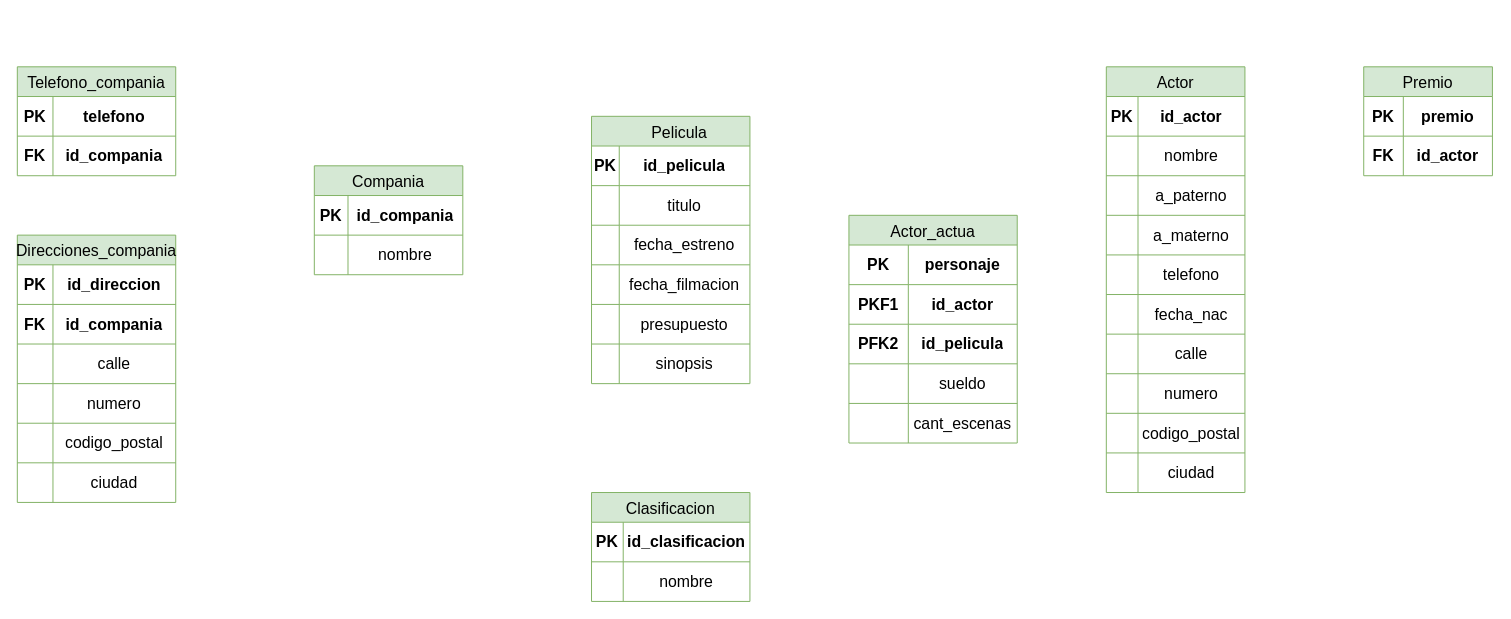
Earlier version of the draw.io diagram Modelo Relacional-logico ejemplo pelis.drawio (misiomishi/itcj). Source tidied: cells renumbered, new cells numbered last; positions are measured from the earlier drawing's top-left corner, leaving out a move shared by most shapes. Both pictures are drawn from the tidied source at 99%, with x=0, y=0 at pixel (17, 66).
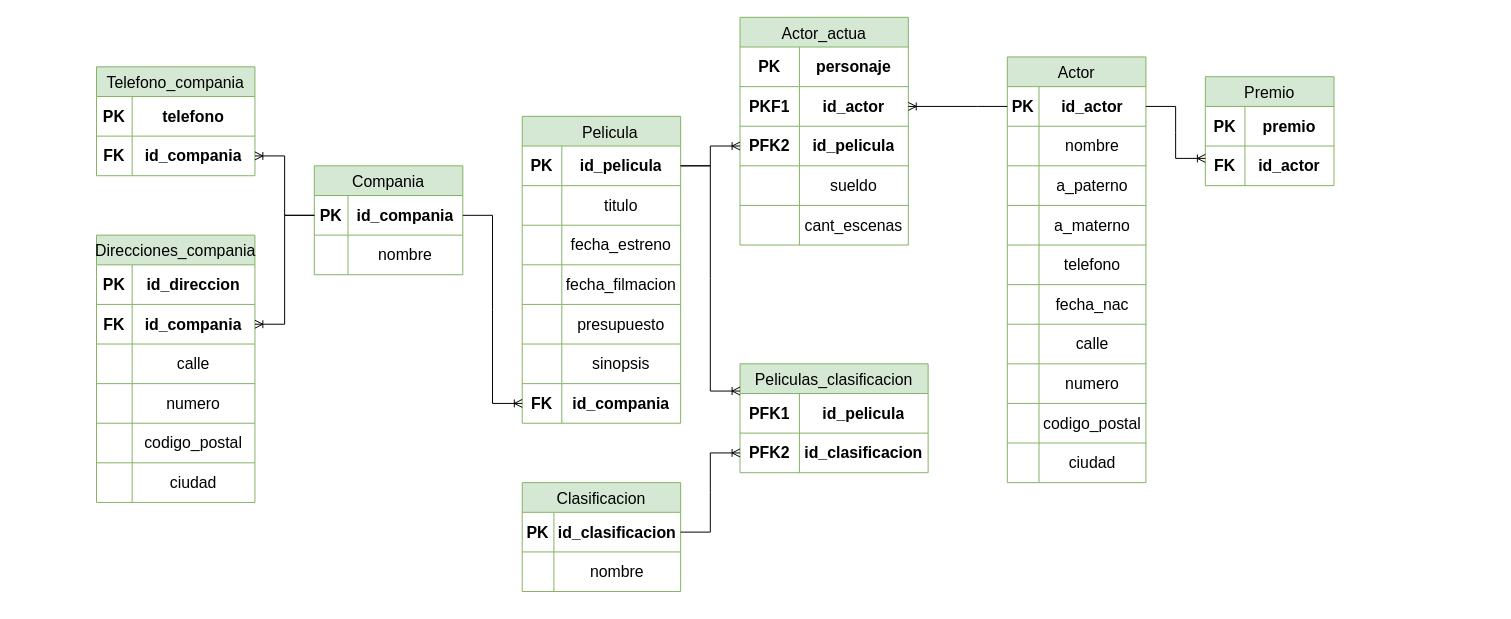
The same diagram, later.

Unchanged cells that the change refers to:
```xml
<mxCell id="3" style="shape=tableRow;horizontal=0;startSize=0;swimlaneHead=0;swimlaneBody=0;strokeColor=inherit;top=0;left=0;bottom=0;right=0;fillColor=none;points=[[0,0.5],[1,0.5]];portConstraint=eastwest;fontSize=16;" parent="2" vertex="1">
  <mxGeometry y="30" width="160" height="40" as="geometry" />
</mxCell>
<mxCell id="6" style="shape=tableRow;horizontal=0;startSize=0;swimlaneHead=0;swimlaneBody=0;strokeColor=inherit;top=0;left=0;bottom=0;right=0;fillColor=none;fontSize=16;" parent="2" vertex="1">
  <mxGeometry y="70" width="160" height="40" as="geometry" />
</mxCell>
<mxCell id="9" style="shape=tableRow;horizontal=0;startSize=0;swimlaneHead=0;swimlaneBody=0;strokeColor=inherit;top=0;left=0;bottom=0;right=0;fillColor=none;fontSize=16;" parent="2" vertex="1">
  <mxGeometry y="110" width="160" height="40" as="geometry" />
</mxCell>
<mxCell id="12" style="shape=tableRow;horizontal=0;startSize=0;swimlaneHead=0;swimlaneBody=0;strokeColor=inherit;top=0;left=0;bottom=0;right=0;fillColor=none;fontSize=16;" parent="2" vertex="1">
  <mxGeometry y="150" width="160" height="40" as="geometry" />
</mxCell>
<mxCell id="15" style="shape=tableRow;horizontal=0;startSize=0;swimlaneHead=0;swimlaneBody=0;strokeColor=inherit;top=0;left=0;bottom=0;right=0;fillColor=none;fontSize=16;" parent="2" vertex="1">
  <mxGeometry y="190" width="160" height="40" as="geometry" />
</mxCell>
<mxCell id="18" style="shape=tableRow;horizontal=0;startSize=0;swimlaneHead=0;swimlaneBody=0;strokeColor=inherit;top=0;left=0;bottom=0;right=0;fillColor=none;fontSize=16;" parent="2" vertex="1">
  <mxGeometry y="230" width="160" height="40" as="geometry" />
</mxCell>
<mxCell id="22" style="shape=tableRow;horizontal=0;startSize=0;swimlaneHead=0;swimlaneBody=0;strokeColor=inherit;top=0;left=0;bottom=0;right=0;fillColor=none;points=[[0,0.5],[1,0.5]];portConstraint=eastwest;fontSize=16;" parent="21" vertex="1">
  <mxGeometry y="30" width="150" height="40" as="geometry" />
</mxCell>
<mxCell id="32" style="shape=tableRow;horizontal=0;startSize=0;swimlaneHead=0;swimlaneBody=0;strokeColor=inherit;top=0;left=0;bottom=0;right=0;fillColor=none;points=[[0,0.5],[1,0.5]];portConstraint=eastwest;fontSize=16;" parent="28" vertex="1">
  <mxGeometry y="70" width="160" height="40" as="geometry" />
</mxCell>
<mxCell id="51" style="shape=tableRow;horizontal=0;startSize=0;swimlaneHead=0;swimlaneBody=0;strokeColor=inherit;top=0;left=0;bottom=0;right=0;fillColor=none;points=[[0,0.5],[1,0.5]];portConstraint=eastwest;fontSize=16;" parent="47" vertex="1">
  <mxGeometry y="70" width="160" height="40" as="geometry" />
</mxCell>
<mxCell id="55" style="shape=tableRow;horizontal=0;startSize=0;swimlaneHead=0;swimlaneBody=0;strokeColor=inherit;top=0;left=0;bottom=0;right=0;fillColor=none;points=[[0,0.5],[1,0.5]];portConstraint=eastwest;fontSize=16;" parent="54" vertex="1">
  <mxGeometry y="30" width="160" height="40" as="geometry" />
</mxCell>
<mxCell id="62" style="shape=tableRow;horizontal=0;startSize=0;swimlaneHead=0;swimlaneBody=0;strokeColor=inherit;top=0;left=0;bottom=0;right=0;fillColor=none;points=[[0,0.5],[1,0.5]];portConstraint=eastwest;fontSize=16;" parent="61" vertex="1">
  <mxGeometry y="30" width="140" height="40" as="geometry" />
</mxCell>
<mxCell id="103" style="shape=tableRow;horizontal=0;startSize=0;swimlaneHead=0;swimlaneBody=0;strokeColor=inherit;top=0;left=0;bottom=0;right=0;fillColor=none;points=[[0,0.5],[1,0.5]];portConstraint=eastwest;fontSize=16;" parent="99" vertex="1">
  <mxGeometry y="70" width="170" height="40" as="geometry" />
</mxCell>
<mxCell id="106" style="shape=tableRow;horizontal=0;startSize=0;swimlaneHead=0;swimlaneBody=0;strokeColor=inherit;top=0;left=0;bottom=0;right=0;fillColor=none;points=[[0,0.5],[1,0.5]];portConstraint=eastwest;fontSize=16;" parent="99" vertex="1">
  <mxGeometry y="110" width="170" height="40" as="geometry" />
</mxCell>
```

The edit, as a diff of the source:
```diff
@@
     <mxCell id="2" value="    Pelicula" style="shape=table;startSize=30;childLayout=tableLayout;strokeColor=#82b366;fontSize=16;fillColor=#d5e8d4;" parent="1" vertex="1">
-      <mxGeometry x="580" y="50" width="160" height="270" as="geometry" />
+      <mxGeometry x="510" y="50" width="160" height="310" as="geometry" />
     </mxCell>
@@
     <mxCell id="4" value="PK" style="shape=partialRectangle;html=1;whiteSpace=wrap;strokeColor=inherit;overflow=hidden;fillColor=none;top=0;left=0;bottom=0;right=0;fontSize=16;fontStyle=1;" parent="3" vertex="1">
-      <mxGeometry width="28" height="40" as="geometry" />
+      <mxGeometry width="40" height="40" as="geometry" />
     </mxCell>
     <mxCell id="5" value="id_pelicula" style="shape=partialRectangle;html=1;whiteSpace=wrap;strokeColor=inherit;overflow=hidden;fillColor=none;top=0;left=0;bottom=0;right=0;fontSize=16;fontStyle=1;" parent="3" vertex="1">
-      <mxGeometry x="28" width="132" height="40" as="geometry" />
+      <mxGeometry x="40" width="120" height="40" as="geometry" />
     </mxCell>
@@
     <mxCell id="7" style="shape=partialRectangle;html=1;whiteSpace=wrap;strokeColor=inherit;overflow=hidden;fillColor=none;top=0;left=0;bottom=0;right=0;fontSize=16;" parent="6" vertex="1">
-      <mxGeometry width="28" height="40" as="geometry" />
+      <mxGeometry width="40" height="40" as="geometry" />
     </mxCell>
     <mxCell id="8" value="titulo" style="shape=partialRectangle;html=1;whiteSpace=wrap;strokeColor=inherit;overflow=hidden;fillColor=none;top=0;left=0;bottom=0;right=0;fontSize=16;" parent="6" vertex="1">
-      <mxGeometry x="28" width="132" height="40" as="geometry" />
+      <mxGeometry x="40" width="120" height="40" as="geometry" />
     </mxCell>
@@
     <mxCell id="10" style="shape=partialRectangle;html=1;whiteSpace=wrap;strokeColor=inherit;overflow=hidden;fillColor=none;top=0;left=0;bottom=0;right=0;fontSize=16;" parent="9" vertex="1">
-      <mxGeometry width="28" height="40" as="geometry" />
+      <mxGeometry width="40" height="40" as="geometry" />
     </mxCell>
     <mxCell id="11" value="fecha_estreno" style="shape=partialRectangle;html=1;whiteSpace=wrap;strokeColor=inherit;overflow=hidden;fillColor=none;top=0;left=0;bottom=0;right=0;fontSize=16;" parent="9" vertex="1">
-      <mxGeometry x="28" width="132" height="40" as="geometry" />
+      <mxGeometry x="40" width="120" height="40" as="geometry" />
     </mxCell>
@@
     <mxCell id="13" style="shape=partialRectangle;html=1;whiteSpace=wrap;strokeColor=inherit;overflow=hidden;fillColor=none;top=0;left=0;bottom=0;right=0;fontSize=16;" parent="12" vertex="1">
-      <mxGeometry width="28" height="40" as="geometry" />
+      <mxGeometry width="40" height="40" as="geometry" />
     </mxCell>
     <mxCell id="14" value="fecha_filmacion" style="shape=partialRectangle;html=1;whiteSpace=wrap;strokeColor=inherit;overflow=hidden;fillColor=none;top=0;left=0;bottom=0;right=0;fontSize=16;" parent="12" vertex="1">
-      <mxGeometry x="28" width="132" height="40" as="geometry" />
+      <mxGeometry x="40" width="120" height="40" as="geometry" />
     </mxCell>
@@
     <mxCell id="16" style="shape=partialRectangle;html=1;whiteSpace=wrap;strokeColor=inherit;overflow=hidden;fillColor=none;top=0;left=0;bottom=0;right=0;fontSize=16;" parent="15" vertex="1">
-      <mxGeometry width="28" height="40" as="geometry" />
+      <mxGeometry width="40" height="40" as="geometry" />
     </mxCell>
     <mxCell id="17" value="presupuesto" style="shape=partialRectangle;html=1;whiteSpace=wrap;strokeColor=inherit;overflow=hidden;fillColor=none;top=0;left=0;bottom=0;right=0;fontSize=16;" parent="15" vertex="1">
-      <mxGeometry x="28" width="132" height="40" as="geometry" />
+      <mxGeometry x="40" width="120" height="40" as="geometry" />
     </mxCell>
@@
     <mxCell id="19" style="shape=partialRectangle;html=1;whiteSpace=wrap;strokeColor=inherit;overflow=hidden;fillColor=none;top=0;left=0;bottom=0;right=0;fontSize=16;" parent="18" vertex="1">
-      <mxGeometry width="28" height="40" as="geometry" />
+      <mxGeometry width="40" height="40" as="geometry" />
     </mxCell>
     <mxCell id="20" value="sinopsis" style="shape=partialRectangle;html=1;whiteSpace=wrap;strokeColor=inherit;overflow=hidden;fillColor=none;top=0;left=0;bottom=0;right=0;fontSize=16;" parent="18" vertex="1">
-      <mxGeometry x="28" width="132" height="40" as="geometry" />
+      <mxGeometry x="40" width="120" height="40" as="geometry" />
     </mxCell>
+    <mxCell id="115" style="shape=tableRow;horizontal=0;startSize=0;swimlaneHead=0;swimlaneBody=0;strokeColor=inherit;top=0;left=0;bottom=0;right=0;fillColor=none;points=[[0,0.5],[1,0.5]];portConstraint=eastwest;fontSize=16;" parent="2" vertex="1">
+      <mxGeometry y="270" width="160" height="40" as="geometry" />
+    </mxCell>
+    <mxCell id="116" value="FK" style="shape=partialRectangle;html=1;whiteSpace=wrap;strokeColor=inherit;overflow=hidden;fillColor=none;top=0;left=0;bottom=0;right=0;fontSize=16;fontStyle=1;" parent="115" vertex="1">
+      <mxGeometry width="40" height="40" as="geometry" />
+    </mxCell>
+    <mxCell id="117" value="id_compania" style="shape=partialRectangle;html=1;whiteSpace=wrap;strokeColor=inherit;overflow=hidden;fillColor=none;top=0;left=0;bottom=0;right=0;fontSize=16;fontStyle=1;" parent="115" vertex="1">
+      <mxGeometry x="40" width="120" height="40" as="geometry" />
+    </mxCell>
@@
     <mxCell id="28" value="Direcciones_compania" style="shape=table;startSize=30;childLayout=tableLayout;strokeColor=#82b366;fontSize=16;fillColor=#d5e8d4;" parent="1" vertex="1">
-      <mxGeometry y="170" width="160" height="270" as="geometry" />
+      <mxGeometry x="80" y="170" width="160" height="270" as="geometry" />
     </mxCell>
@@
     <mxCell id="47" value="Telefono_compania" style="shape=table;startSize=30;childLayout=tableLayout;strokeColor=#82b366;fontSize=16;fillColor=#d5e8d4;" parent="1" vertex="1">
-      <mxGeometry width="160" height="110" as="geometry" />
+      <mxGeometry x="80" width="160" height="110" as="geometry" />
     </mxCell>
@@
     <mxCell id="54" value="Clasificacion" style="shape=table;startSize=30;childLayout=tableLayout;strokeColor=#82b366;fontSize=16;fillColor=#d5e8d4;" parent="1" vertex="1">
-      <mxGeometry x="580" y="430" width="160" height="110" as="geometry" />
+      <mxGeometry x="510" y="420" width="160" height="110" as="geometry" />
     </mxCell>
@@
     <mxCell id="61" value="Actor" style="shape=table;startSize=30;childLayout=tableLayout;strokeColor=#82b366;fontSize=16;fillColor=#d5e8d4;" parent="1" vertex="1">
-      <mxGeometry x="1100" width="140" height="430" as="geometry" />
+      <mxGeometry x="1000" y="-10" width="140" height="430" as="geometry" />
     </mxCell>
@@
     <mxCell id="92" value="Premio" style="shape=table;startSize=30;childLayout=tableLayout;strokeColor=#82b366;fontSize=16;fillColor=#d5e8d4;" parent="1" vertex="1">
-      <mxGeometry x="1360" width="130" height="110" as="geometry" />
+      <mxGeometry x="1200" y="10" width="130" height="110" as="geometry" />
     </mxCell>
@@
     <mxCell id="99" value="Actor_actua" style="shape=table;startSize=30;childLayout=tableLayout;strokeColor=#82b366;fontSize=16;fillColor=#d5e8d4;" parent="1" vertex="1">
-      <mxGeometry x="840" y="150" width="170" height="230" as="geometry" />
+      <mxGeometry x="730" y="-50" width="170" height="230" as="geometry" />
     </mxCell>
@@
+    <mxCell id="118" style="edgeStyle=entityRelationEdgeStyle;fontSize=12;html=1;endArrow=ERoneToMany;rounded=0;exitX=0;exitY=0.5;exitDx=0;exitDy=0;entryX=1;entryY=0.5;entryDx=0;entryDy=0;" parent="1" edge="1" source="22" target="51">
+      <mxGeometry relative="1" as="geometry" />
+    </mxCell>
+    <mxCell id="119" style="edgeStyle=entityRelationEdgeStyle;fontSize=12;html=1;endArrow=ERoneToMany;rounded=0;exitX=0;exitY=0.5;exitDx=0;exitDy=0;entryX=1;entryY=0.5;entryDx=0;entryDy=0;" parent="1" edge="1" source="22" target="32">
+      <mxGeometry relative="1" as="geometry" />
+    </mxCell>
+    <mxCell id="120" style="edgeStyle=entityRelationEdgeStyle;fontSize=12;html=1;endArrow=ERoneToMany;rounded=0;entryX=0;entryY=0.5;entryDx=0;entryDy=0;exitX=1;exitY=0.5;exitDx=0;exitDy=0;" parent="1" edge="1" source="22" target="115">
+      <mxGeometry relative="1" as="geometry" />
+    </mxCell>
+    <mxCell id="121" value="Peliculas_clasificacion" style="shape=table;startSize=30;childLayout=tableLayout;strokeColor=#82b366;fontSize=16;fillColor=#d5e8d4;" parent="1" vertex="1">
+      <mxGeometry x="730" y="300" width="190" height="110" as="geometry" />
+    </mxCell>
+    <mxCell id="122" style="shape=tableRow;horizontal=0;startSize=0;swimlaneHead=0;swimlaneBody=0;strokeColor=inherit;top=0;left=0;bottom=0;right=0;fillColor=none;fontSize=16;" parent="121" vertex="1">
+      <mxGeometry y="30" width="190" height="40" as="geometry" />
+    </mxCell>
+    <mxCell id="123" value="PFK1" style="shape=partialRectangle;html=1;whiteSpace=wrap;strokeColor=inherit;overflow=hidden;fillColor=none;top=0;left=0;bottom=0;right=0;fontSize=16;fontStyle=1;" parent="122" vertex="1">
+      <mxGeometry width="60" height="40" as="geometry" />
+    </mxCell>
+    <mxCell id="124" value="id_pelicula" style="shape=partialRectangle;html=1;whiteSpace=wrap;strokeColor=inherit;overflow=hidden;fillColor=none;top=0;left=0;bottom=0;right=0;fontSize=16;fontStyle=1;" parent="122" vertex="1">
+      <mxGeometry x="60" width="130" height="40" as="geometry" />
+    </mxCell>
+    <mxCell id="125" style="shape=tableRow;horizontal=0;startSize=0;swimlaneHead=0;swimlaneBody=0;strokeColor=inherit;top=0;left=0;bottom=0;right=0;fillColor=none;points=[[0,0.5],[1,0.5]];portConstraint=eastwest;fontSize=16;" parent="121" vertex="1">
+      <mxGeometry y="70" width="190" height="40" as="geometry" />
+    </mxCell>
+    <mxCell id="126" value="PFK2" style="shape=partialRectangle;html=1;whiteSpace=wrap;strokeColor=inherit;overflow=hidden;fillColor=none;top=0;left=0;bottom=0;right=0;fontSize=16;fontStyle=1;" parent="125" vertex="1">
+      <mxGeometry width="60" height="40" as="geometry" />
+    </mxCell>
+    <mxCell id="127" value="id_clasificacion" style="shape=partialRectangle;html=1;whiteSpace=wrap;strokeColor=inherit;overflow=hidden;fillColor=none;top=0;left=0;bottom=0;right=0;fontSize=16;fontStyle=1;" parent="125" vertex="1">
+      <mxGeometry x="60" width="130" height="40" as="geometry" />
+    </mxCell>
+    <mxCell id="128" style="edgeStyle=entityRelationEdgeStyle;fontSize=12;html=1;endArrow=ERoneToMany;rounded=0;entryX=0;entryY=0.25;entryDx=0;entryDy=0;exitX=1;exitY=0.5;exitDx=0;exitDy=0;" parent="1" edge="1" source="3" target="121">
+      <mxGeometry relative="1" as="geometry" />
+    </mxCell>
+    <mxCell id="129" style="edgeStyle=entityRelationEdgeStyle;fontSize=12;html=1;endArrow=ERoneToMany;rounded=0;entryX=0;entryY=0.5;entryDx=0;entryDy=0;exitX=1;exitY=0.5;exitDx=0;exitDy=0;" parent="1" edge="1" source="55" target="125">
+      <mxGeometry relative="1" as="geometry" />
+    </mxCell>
+    <mxCell id="130" style="edgeStyle=entityRelationEdgeStyle;fontSize=12;html=1;endArrow=ERoneToMany;rounded=0;entryX=0;entryY=0.5;entryDx=0;entryDy=0;exitX=1;exitY=0.5;exitDx=0;exitDy=0;" parent="1" edge="1" source="3" target="106">
+      <mxGeometry relative="1" as="geometry" />
+    </mxCell>
+    <mxCell id="131" style="edgeStyle=entityRelationEdgeStyle;fontSize=12;html=1;endArrow=ERoneToMany;rounded=0;entryX=1;entryY=0.5;entryDx=0;entryDy=0;exitX=0;exitY=0.5;exitDx=0;exitDy=0;" parent="1" edge="1" source="62" target="103">
+      <mxGeometry relative="1" as="geometry" />
+    </mxCell>
+    <mxCell id="132" style="edgeStyle=entityRelationEdgeStyle;fontSize=12;html=1;endArrow=ERoneToMany;rounded=0;entryX=0;entryY=0.75;entryDx=0;entryDy=0;exitX=1;exitY=0.5;exitDx=0;exitDy=0;" parent="1" edge="1" source="62" target="92">
+      <mxGeometry relative="1" as="geometry" />
+    </mxCell>
```
